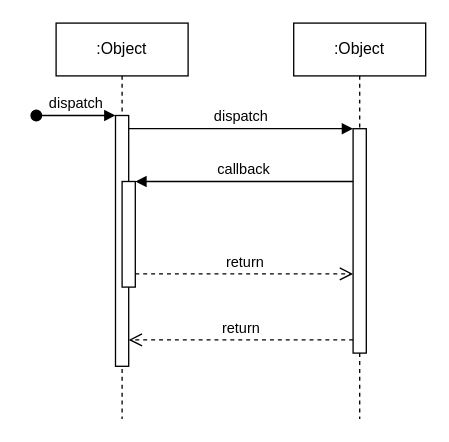
The draw.io diagram Diagrama sem nome.drawio in matheusbruno97/automation-test, before the edit. Source tidied: cells renumbered, new cells numbered last; positions are measured from the earlier drawing's top-left corner, leaving out a move shared by most shapes. Both pictures are drawn from the tidied source at 132%, with x=0, y=0 at pixel (36, 22).
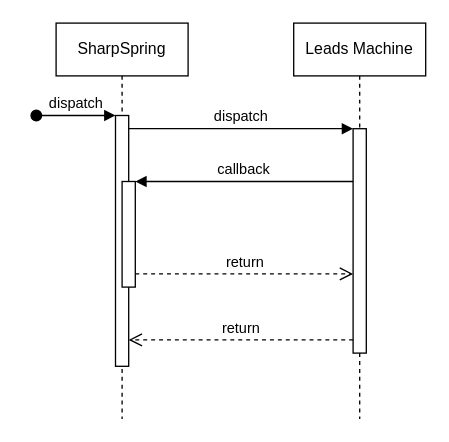
Above is the later version.

The edit, as a diff of the source:
```diff
@@
 <mxGraphModel>
   <root>
     <mxCell id="0" />
     <mxCell id="1" parent="0" />
-    <mxCell id="2" value=":Object" style="shape=umlLifeline;perimeter=lifelinePerimeter;whiteSpace=wrap;html=1;newEdgeStyle={&quot;edgeStyle&quot;:&quot;elbowEdgeStyle&quot;,&quot;elbow&quot;:&quot;vertical&quot;,&quot;curved&quot;:0,&quot;rounded&quot;:0};" parent="1" vertex="1">
+    <mxCell id="2" value="SharpSpring" style="shape=umlLifeline;perimeter=lifelinePerimeter;whiteSpace=wrap;html=1;newEdgeStyle={&quot;edgeStyle&quot;:&quot;elbowEdgeStyle&quot;,&quot;elbow&quot;:&quot;vertical&quot;,&quot;curved&quot;:0,&quot;rounded&quot;:0};" parent="1" vertex="1">
       <mxGeometry x="15" width="100" height="300" as="geometry" />
     </mxCell>
     <mxCell id="3" style="html=1;points=[];perimeter=orthogonalPerimeter;outlineConnect=0;targetShapes=umlLifeline;portConstraint=eastwest;newEdgeStyle={&quot;edgeStyle&quot;:&quot;elbowEdgeStyle&quot;,&quot;elbow&quot;:&quot;vertical&quot;,&quot;curved&quot;:0,&quot;rounded&quot;:0};" parent="2" vertex="1">
       <mxGeometry x="45" y="70" width="10" height="190" as="geometry" />
     </mxCell>
     <mxCell id="4" value="dispatch" style="html=1;verticalAlign=bottom;startArrow=oval;endArrow=block;startSize=8;edgeStyle=elbowEdgeStyle;elbow=vertical;curved=0;rounded=0;" parent="2" edge="1" target="3">
       <mxGeometry relative="1" as="geometry">
         <mxPoint x="-15" y="70" as="sourcePoint" />
       </mxGeometry>
     </mxCell>
     <mxCell id="5" style="html=1;points=[];perimeter=orthogonalPerimeter;outlineConnect=0;targetShapes=umlLifeline;portConstraint=eastwest;newEdgeStyle={&quot;edgeStyle&quot;:&quot;elbowEdgeStyle&quot;,&quot;elbow&quot;:&quot;vertical&quot;,&quot;curved&quot;:0,&quot;rounded&quot;:0};" parent="2" vertex="1">
       <mxGeometry x="50" y="120" width="10" height="80" as="geometry" />
     </mxCell>
-    <mxCell id="6" value=":Object" style="shape=umlLifeline;perimeter=lifelinePerimeter;whiteSpace=wrap;html=1;newEdgeStyle={&quot;edgeStyle&quot;:&quot;elbowEdgeStyle&quot;,&quot;elbow&quot;:&quot;vertical&quot;,&quot;curved&quot;:0,&quot;rounded&quot;:0};" parent="1" vertex="1">
+    <mxCell id="6" value="Leads Machine" style="shape=umlLifeline;perimeter=lifelinePerimeter;whiteSpace=wrap;html=1;newEdgeStyle={&quot;edgeStyle&quot;:&quot;elbowEdgeStyle&quot;,&quot;elbow&quot;:&quot;vertical&quot;,&quot;curved&quot;:0,&quot;rounded&quot;:0};" parent="1" vertex="1">
       <mxGeometry x="195" width="100" height="300" as="geometry" />
     </mxCell>
     <mxCell id="7" style="html=1;points=[];perimeter=orthogonalPerimeter;outlineConnect=0;targetShapes=umlLifeline;portConstraint=eastwest;newEdgeStyle={&quot;edgeStyle&quot;:&quot;elbowEdgeStyle&quot;,&quot;elbow&quot;:&quot;vertical&quot;,&quot;curved&quot;:0,&quot;rounded&quot;:0};" parent="6" vertex="1">
       <mxGeometry x="45" y="80" width="10" height="170" as="geometry" />
     </mxCell>
     <mxCell id="8" value="dispatch" style="html=1;verticalAlign=bottom;endArrow=block;edgeStyle=elbowEdgeStyle;elbow=vertical;curved=0;rounded=0;" parent="1" edge="1" source="3" target="7">
       <mxGeometry relative="1" as="geometry">
         <Array as="points">
           <mxPoint x="155" y="80" />
         </Array>
       </mxGeometry>
     </mxCell>
     <mxCell id="9" value="return" style="html=1;verticalAlign=bottom;endArrow=open;dashed=1;endSize=8;edgeStyle=elbowEdgeStyle;elbow=vertical;curved=0;rounded=0;" parent="1" edge="1" source="7" target="3">
       <mxGeometry relative="1" as="geometry">
         <Array as="points">
           <mxPoint x="165" y="240" />
         </Array>
       </mxGeometry>
     </mxCell>
     <mxCell id="10" value="callback" style="html=1;verticalAlign=bottom;endArrow=block;edgeStyle=elbowEdgeStyle;elbow=vertical;curved=0;rounded=0;" parent="1" edge="1" source="7" target="5">
       <mxGeometry relative="1" as="geometry">
         <Array as="points">
           <mxPoint x="165" y="120" />
         </Array>
       </mxGeometry>
     </mxCell>
     <mxCell id="11" value="return" style="html=1;verticalAlign=bottom;endArrow=open;dashed=1;endSize=8;edgeStyle=elbowEdgeStyle;elbow=vertical;curved=0;rounded=0;" parent="1" edge="1" source="5" target="7">
       <mxGeometry relative="1" as="geometry">
         <Array as="points">
           <mxPoint x="155" y="190" />
         </Array>
       </mxGeometry>
     </mxCell>
   </root>
 </mxGraphModel>
```
